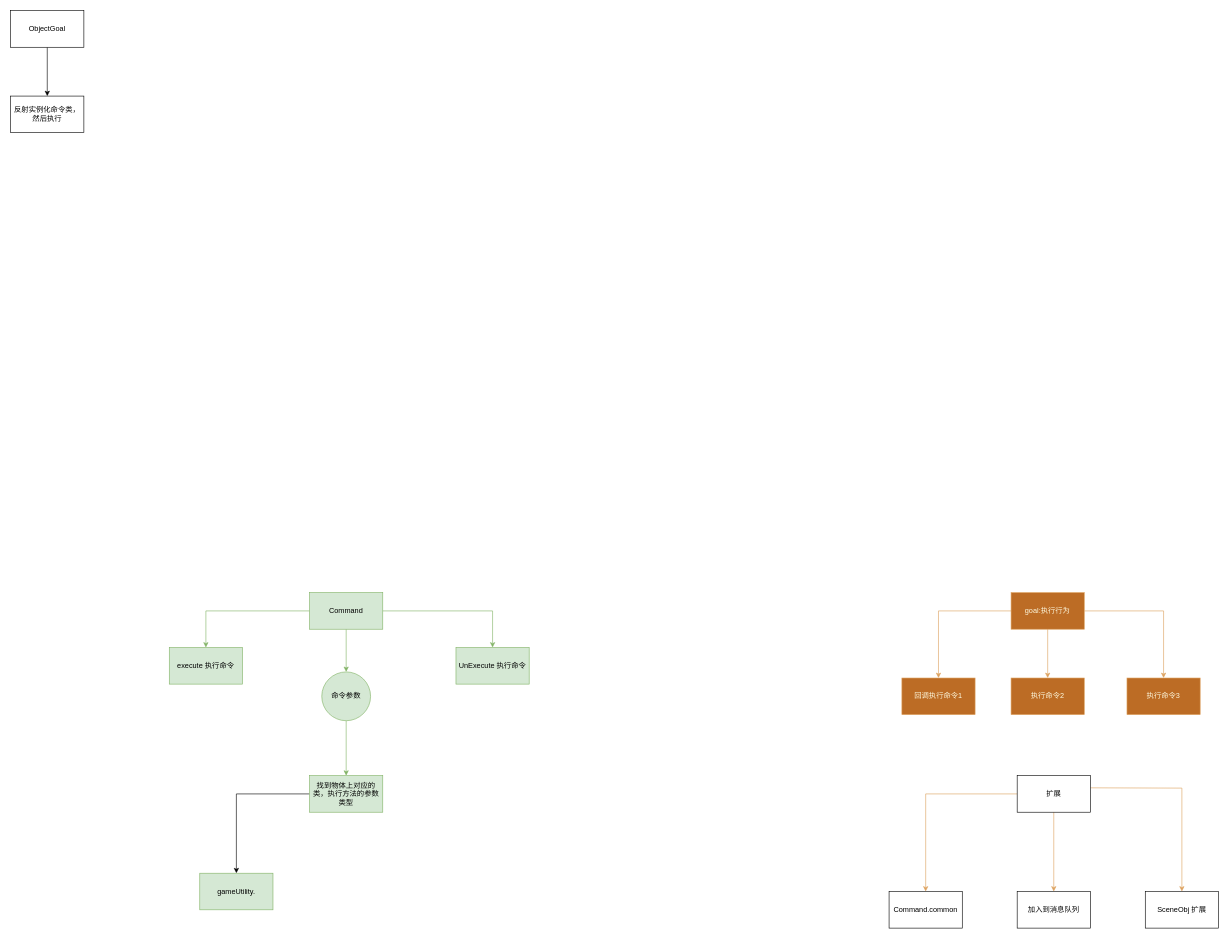
This is page "命令" (5 of 11) of GT/GT.drawio from xzp3094997376/DrawIO, a draw.io file, before an edit. Source tidied: cells renumbered, new cells numbered last; positions are measured from the earlier drawing's top-left corner, leaving out a move shared by most shapes. Both pictures are drawn from the tidied source at 61%, with x=0, y=0 at pixel (10, 10).
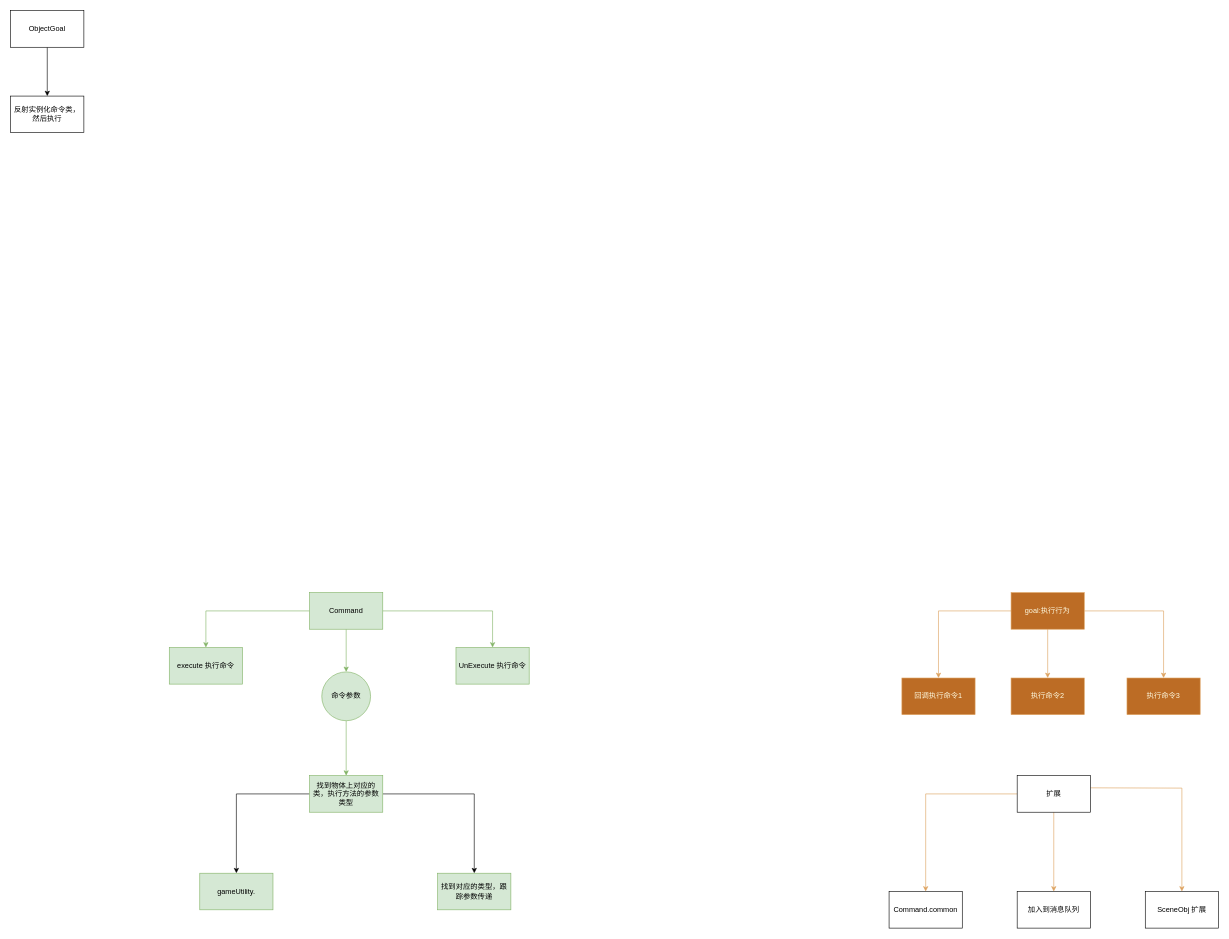
After the change.

Unchanged cells that the change refers to:
```xml
<mxCell id="28" value="找到物体上对应的类，执行方法的参数类型&lt;br&gt;" style="whiteSpace=wrap;html=1;fillColor=#d5e8d4;strokeColor=#82b366;" parent="1" vertex="1">
  <mxGeometry x="490" y="1254" width="120" height="60" as="geometry" />
</mxCell>
```

The edit, as a diff of the source:
```diff
@@
+    <mxCell id="30" style="edgeStyle=orthogonalEdgeStyle;rounded=0;jettySize=auto;html=1;" parent="1" edge="1" source="28" target="31">
+      <mxGeometry relative="1" as="geometry" />
+    </mxCell>
@@
+    <mxCell id="31" value="找到对应的类型，跟踪参数传递" style="whiteSpace=wrap;html=1;fillColor=#d5e8d4;strokeColor=#82b366;" parent="1" vertex="1">
+      <mxGeometry x="700" y="1414" width="120" height="60" as="geometry" />
+    </mxCell>
```
